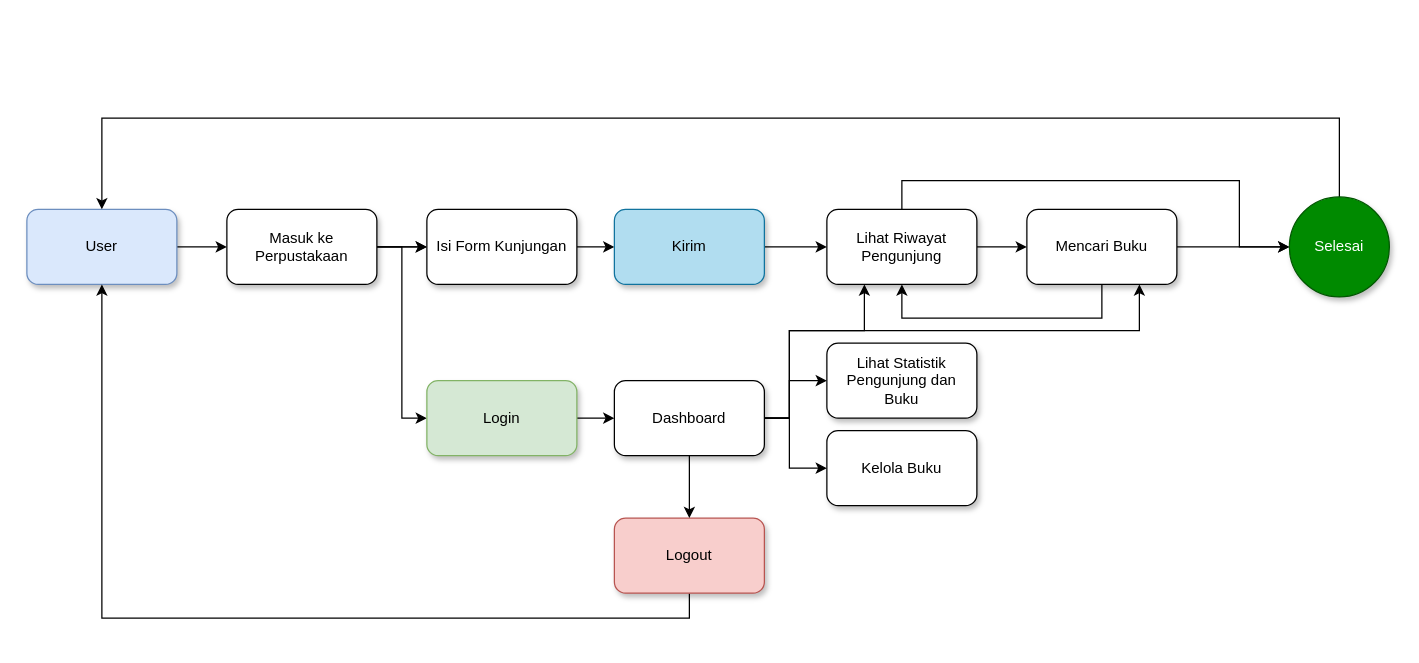
Afkar-Saga/perpus-digital keeps this draw.io diagram as Alur-Perpus-Digital.drawio. Above is the earlier version. Source tidied: cells renumbered, new cells numbered last; positions are measured from the earlier drawing's top-left corner, leaving out a move shared by most shapes. Both pictures are drawn from the tidied source at 125%, with x=0, y=0 at pixel (26, 118).
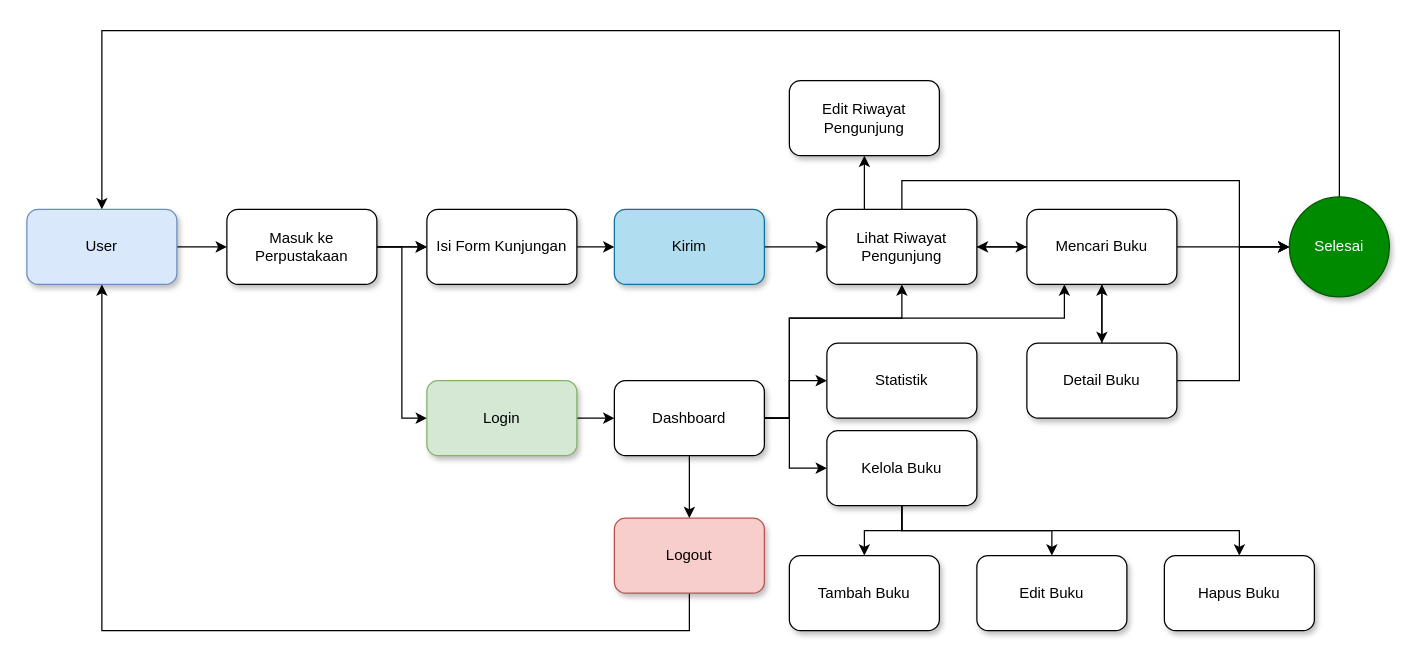
Above is the later version.

Unchanged cells that the change refers to:
```xml
<mxCell id="3" value="User" style="rounded=1;whiteSpace=wrap;html=1;shadow=1;fillColor=#dae8fc;strokeColor=#6c8ebf;" parent="1" vertex="1">
  <mxGeometry y="73" width="120" height="60" as="geometry" />
</mxCell>
<mxCell id="12" value="Lihat Riwayat Pengunjung" style="whiteSpace=wrap;html=1;rounded=1;shadow=1;" parent="1" vertex="1">
  <mxGeometry x="640" y="73" width="120" height="60" as="geometry" />
</mxCell>
<mxCell id="15" value="Mencari Buku" style="whiteSpace=wrap;html=1;rounded=1;shadow=1;" parent="1" vertex="1">
  <mxGeometry x="800" y="73" width="120" height="60" as="geometry" />
</mxCell>
<mxCell id="17" value="Selesai" style="ellipse;whiteSpace=wrap;html=1;shadow=1;fillColor=#008a00;strokeColor=#005700;fontColor=#ffffff;" parent="1" vertex="1">
  <mxGeometry x="1010" y="63" width="80" height="80" as="geometry" />
</mxCell>
<mxCell id="23" value="Kelola Buku" style="rounded=1;whiteSpace=wrap;html=1;shadow=1;strokeColor=default;align=center;verticalAlign=middle;fontFamily=Helvetica;fontSize=12;fontColor=default;fillColor=default;" parent="1" vertex="1">
  <mxGeometry x="640" y="250" width="120" height="60" as="geometry" />
</mxCell>
<mxCell id="25" value="Logout" style="rounded=1;whiteSpace=wrap;html=1;shadow=1;strokeColor=#b85450;align=center;verticalAlign=middle;fontFamily=Helvetica;fontSize=12;fillColor=#f8cecc;" parent="1" vertex="1">
  <mxGeometry x="470" y="320" width="120" height="60" as="geometry" />
</mxCell>
<mxCell id="31" value="Dashboard" style="rounded=1;whiteSpace=wrap;html=1;shadow=1;align=center;verticalAlign=middle;fontFamily=Helvetica;fontSize=12;" parent="1" vertex="1">
  <mxGeometry x="470" y="210" width="120" height="60" as="geometry" />
</mxCell>
```

Change to the diagram source:
```diff
@@
+    <mxCell id="32" style="edgeStyle=orthogonalEdgeStyle;rounded=0;jettySize=auto;html=1;exitX=0.25;exitY=0;exitDx=0;exitDy=0;entryX=0.5;entryY=1;entryDx=0;entryDy=0;" parent="1" edge="1" source="12" target="43">
+      <mxGeometry relative="1" as="geometry" />
+    </mxCell>
@@
+    <mxCell id="33" style="edgeStyle=orthogonalEdgeStyle;rounded=0;jettySize=auto;html=1;" parent="1" edge="1" source="15" target="40">
+      <mxGeometry relative="1" as="geometry" />
+    </mxCell>
-    <mxCell id="14" style="edgeStyle=orthogonalEdgeStyle;rounded=0;jettySize=auto;html=1;exitX=0.5;exitY=1;exitDx=0;exitDy=0;entryX=0.5;entryY=1;entryDx=0;entryDy=0;" parent="1" edge="1" source="15" target="12">
-      <mxGeometry relative="1" as="geometry">
-        <Array as="points">
-          <mxPoint x="860" y="160" />
-          <mxPoint x="700" y="160" />
-        </Array>
-      </mxGeometry>
+    <mxCell id="14" style="edgeStyle=orthogonalEdgeStyle;rounded=0;jettySize=auto;html=1;entryX=1;entryY=0.5;entryDx=0;entryDy=0;" parent="1" edge="1" source="15" target="12">
+      <mxGeometry relative="1" as="geometry" />
     </mxCell>
@@
     <mxCell id="16" style="edgeStyle=orthogonalEdgeStyle;rounded=0;jettySize=auto;html=1;entryX=0.5;entryY=0;entryDx=0;entryDy=0;" parent="1" edge="1" source="17" target="3">
       <mxGeometry relative="1" as="geometry">
         <Array as="points">
-          <mxPoint x="1050" />
-          <mxPoint x="60" />
+          <mxPoint x="1050" y="-70" />
+          <mxPoint x="60" y="-70" />
         </Array>
       </mxGeometry>
     </mxCell>
@@
-    <mxCell id="22" value="Lihat Statistik Pengunjung dan Buku" style="rounded=1;whiteSpace=wrap;html=1;shadow=1;strokeColor=default;align=center;verticalAlign=middle;fontFamily=Helvetica;fontSize=12;fontColor=default;fillColor=default;" parent="1" vertex="1">
+    <mxCell id="22" value="Statistik" style="rounded=1;whiteSpace=wrap;html=1;shadow=1;strokeColor=default;align=center;verticalAlign=middle;fontFamily=Helvetica;fontSize=12;fontColor=default;fillColor=default;" parent="1" vertex="1">
       <mxGeometry x="640" y="180" width="120" height="60" as="geometry" />
     </mxCell>
+    <mxCell id="34" style="edgeStyle=orthogonalEdgeStyle;rounded=0;jettySize=auto;html=1;" parent="1" edge="1" source="23" target="37">
+      <mxGeometry relative="1" as="geometry" />
+    </mxCell>
+    <mxCell id="35" style="edgeStyle=orthogonalEdgeStyle;rounded=0;jettySize=auto;html=1;" parent="1" edge="1" source="23" target="41">
+      <mxGeometry relative="1" as="geometry" />
+    </mxCell>
+    <mxCell id="36" style="edgeStyle=orthogonalEdgeStyle;rounded=0;jettySize=auto;html=1;exitX=0.5;exitY=1;exitDx=0;exitDy=0;" parent="1" edge="1" source="23" target="42">
+      <mxGeometry relative="1" as="geometry" />
+    </mxCell>
@@
     <mxCell id="24" style="edgeStyle=orthogonalEdgeStyle;rounded=0;jettySize=auto;html=1;entryX=0.5;entryY=1;entryDx=0;entryDy=0;fontFamily=Helvetica;fontSize=12;fontColor=default;exitX=0.5;exitY=1;exitDx=0;exitDy=0;" parent="1" edge="1" source="25" target="3">
-      <mxGeometry relative="1" as="geometry" />
+      <mxGeometry relative="1" as="geometry">
+        <Array as="points">
+          <mxPoint x="530" y="410" />
+          <mxPoint x="60" y="410" />
+        </Array>
+      </mxGeometry>
     </mxCell>
@@
-    <mxCell id="29" style="edgeStyle=orthogonalEdgeStyle;rounded=0;jettySize=auto;html=1;entryX=0.25;entryY=1;entryDx=0;entryDy=0;" parent="1" edge="1" source="31" target="12">
+    <mxCell id="29" style="edgeStyle=orthogonalEdgeStyle;rounded=0;jettySize=auto;html=1;entryX=0.5;entryY=1;entryDx=0;entryDy=0;" parent="1" edge="1" source="31" target="12">
       <mxGeometry relative="1" as="geometry">
         <Array as="points">
           <mxPoint x="610" y="240" />
-          <mxPoint x="610" y="170" />
-          <mxPoint x="670" y="170" />
+          <mxPoint x="610" y="160" />
+          <mxPoint x="700" y="160" />
         </Array>
       </mxGeometry>
     </mxCell>
-    <mxCell id="30" style="edgeStyle=orthogonalEdgeStyle;rounded=0;jettySize=auto;html=1;entryX=0.75;entryY=1;entryDx=0;entryDy=0;" parent="1" edge="1" source="31" target="15">
+    <mxCell id="30" style="edgeStyle=orthogonalEdgeStyle;rounded=0;jettySize=auto;html=1;entryX=0.25;entryY=1;entryDx=0;entryDy=0;" parent="1" edge="1" source="31" target="15">
       <mxGeometry relative="1" as="geometry">
         <Array as="points">
           <mxPoint x="610" y="240" />
-          <mxPoint x="610" y="170" />
-          <mxPoint x="890" y="170" />
+          <mxPoint x="610" y="160" />
+          <mxPoint x="830" y="160" />
         </Array>
       </mxGeometry>
     </mxCell>
@@
+    <mxCell id="37" value="Tambah Buku" style="rounded=1;whiteSpace=wrap;html=1;shadow=1;strokeColor=default;align=center;verticalAlign=middle;fontFamily=Helvetica;fontSize=12;fontColor=default;fillColor=default;" parent="1" vertex="1">
+      <mxGeometry x="610" y="350" width="120" height="60" as="geometry" />
+    </mxCell>
+    <mxCell id="38" style="edgeStyle=orthogonalEdgeStyle;rounded=0;jettySize=auto;html=1;entryX=0.5;entryY=1;entryDx=0;entryDy=0;" parent="1" edge="1" source="40" target="15">
+      <mxGeometry relative="1" as="geometry" />
+    </mxCell>
+    <mxCell id="39" style="edgeStyle=orthogonalEdgeStyle;rounded=0;jettySize=auto;html=1;entryX=0;entryY=0.5;entryDx=0;entryDy=0;" parent="1" edge="1" source="40" target="17">
+      <mxGeometry relative="1" as="geometry">
+        <Array as="points">
+          <mxPoint x="970" y="210" />
+          <mxPoint x="970" y="103" />
+        </Array>
+      </mxGeometry>
+    </mxCell>
+    <mxCell id="40" value="Detail Buku" style="whiteSpace=wrap;html=1;rounded=1;shadow=1;" parent="1" vertex="1">
+      <mxGeometry x="800" y="180" width="120" height="60" as="geometry" />
+    </mxCell>
+    <mxCell id="41" value="Edit Buku" style="rounded=1;whiteSpace=wrap;html=1;shadow=1;strokeColor=default;align=center;verticalAlign=middle;fontFamily=Helvetica;fontSize=12;fontColor=default;fillColor=default;" parent="1" vertex="1">
+      <mxGeometry x="760" y="350" width="120" height="60" as="geometry" />
+    </mxCell>
+    <mxCell id="42" value="Hapus Buku" style="rounded=1;whiteSpace=wrap;html=1;shadow=1;strokeColor=default;align=center;verticalAlign=middle;fontFamily=Helvetica;fontSize=12;fontColor=default;fillColor=default;" parent="1" vertex="1">
+      <mxGeometry x="910" y="350" width="120" height="60" as="geometry" />
+    </mxCell>
+    <mxCell id="43" value="Edit Riwayat Pengunjung" style="whiteSpace=wrap;html=1;rounded=1;shadow=1;" parent="1" vertex="1">
+      <mxGeometry x="610" y="-30" width="120" height="60" as="geometry" />
+    </mxCell>
```
